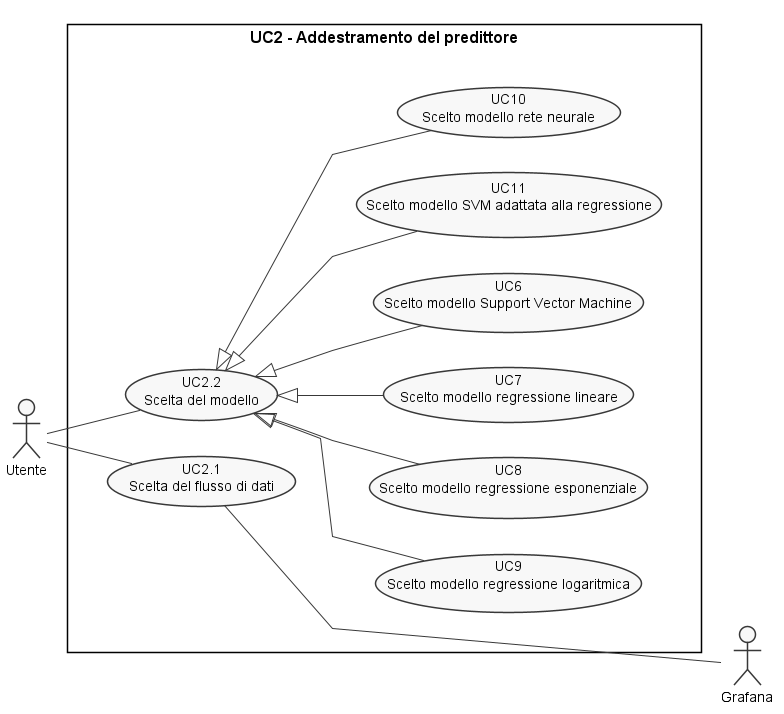
Above: esterni/analisi-dei-requisiti/components/casi-duso/diagrams/out/uc2.png in sofiabononi/project-docs (PlantUML), before the change.
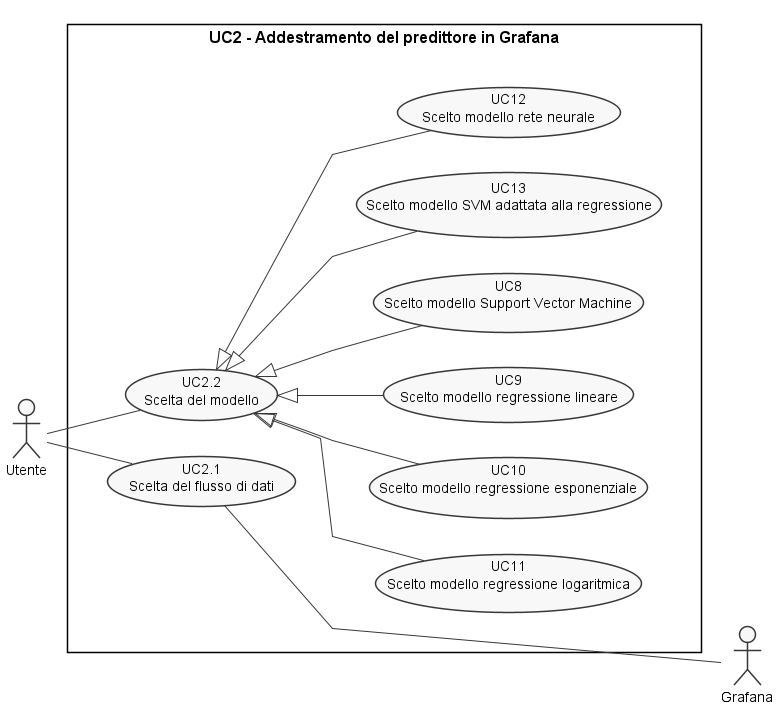
After the commit.

What changed in the source:
```diff
@@ -6,18 +6,18 @@
 actor :Utente: as A
 actor :Grafana: as A1
 
-rectangle "UC2 - Addestramento del predittore"{
+rectangle "UC2 - Addestramento del predittore in Grafana"{
   together {
     usecase (UC2.1) as "UC2.1\n Scelta del flusso di dati"
     usecase (UC2.2) as "UC2.2\n Scelta del modello"
 }
     together {
-    usecase (UC6) as "UC6\n Scelto modello Support Vector Machine"
-    usecase (UC7) as "UC7\n Scelto modello regressione lineare"
-    usecase (UC8) as "UC8\n Scelto modello regressione esponenziale"
-    usecase (UC9) as "UC9\n Scelto modello regressione logaritmica"
-    usecase (UC10) as "UC10\n Scelto modello rete neurale"
-    usecase (UC11) as "UC11\n Scelto modello SVM adattata alla regressione"
+    usecase (UC8) as "UC8\n Scelto modello Support Vector Machine"
+    usecase (UC9) as "UC9\n Scelto modello regressione lineare"
+    usecase (UC10) as "UC10\n Scelto modello regressione esponenziale"
+    usecase (UC11) as "UC11\n Scelto modello regressione logaritmica"
+    usecase (UC12) as "UC12\n Scelto modello rete neurale"
+    usecase (UC13) as "UC13\n Scelto modello SVM adattata alla regressione"
   }
 }
 
@@ -26,11 +26,11 @@
 
 (UC2.1) --- :A1:
 
-(UC2.2) <|-- (UC6)
-(UC2.2) <|-- (UC7)
-(UC2.2) <|-- (UC8)
-(UC2.2) <|-- (UC9)
-(UC2.2) <|- (UC10)
-(UC2.2) <|- (UC11)
+(UC2.2) <|--(UC8)
+(UC2.2) <|--(UC9)
+(UC2.2) <|--(UC10)
+(UC2.2) <|--(UC11)
+(UC2.2) <|- (UC12)
+(UC2.2) <|- (UC13)
 
 @enduml
```
